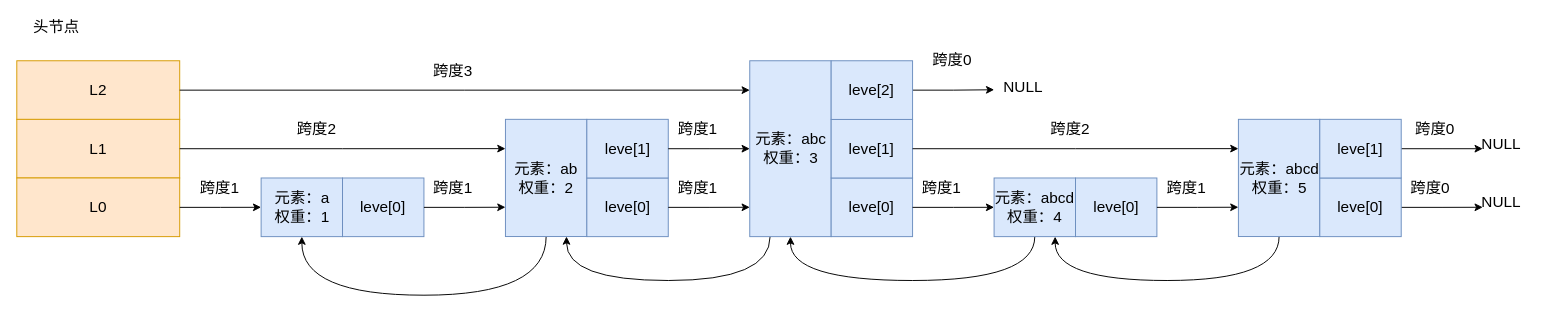
The draw.io diagram redis/数据结构/3层跳表-跨度.drawio in xiaolincoder/ImageHost4, before the edit. Source tidied: cells renumbered, new cells numbered last; positions are measured from the earlier drawing's top-left corner, leaving out a move shared by most shapes. Both pictures are drawn from the tidied source at 96%, with x=0, y=0 at pixel (16, 16).
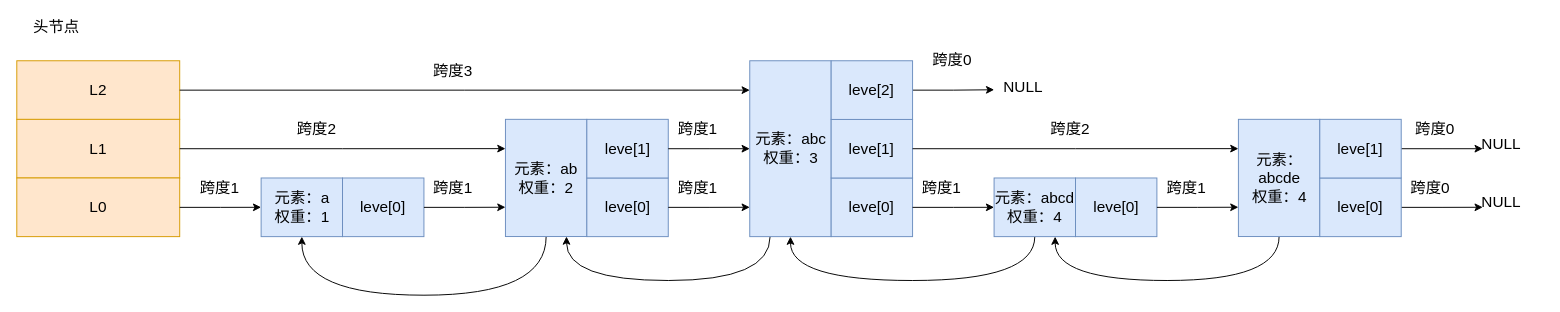
Above is the later version.

Commit message:
Update 3层跳表-跨度.drawio

The change refers to these unchanged cells:
```xml
<mxCell id="2" style="group;" parent="1" vertex="1">
  <mxGeometry width="1590" height="290" as="geometry" />
</mxCell>
```

Diff of the diagram source:
```diff
@@
-    <mxCell id="29" value="元素：abcd&lt;br&gt;权重：5" style="rounded=0;whiteSpace=wrap;html=1;fillColor=#dae8fc;strokeColor=#6c8ebf;fontSize=16;" parent="2" vertex="1">
+    <mxCell id="29" value="元素：abcde&lt;br&gt;权重：4" style="rounded=0;whiteSpace=wrap;html=1;fillColor=#dae8fc;strokeColor=#6c8ebf;fontSize=16;" parent="2" vertex="1">
       <mxGeometry x="1272.5" y="106.8" width="84.8" height="122.1" as="geometry" />
     </mxCell>
```
